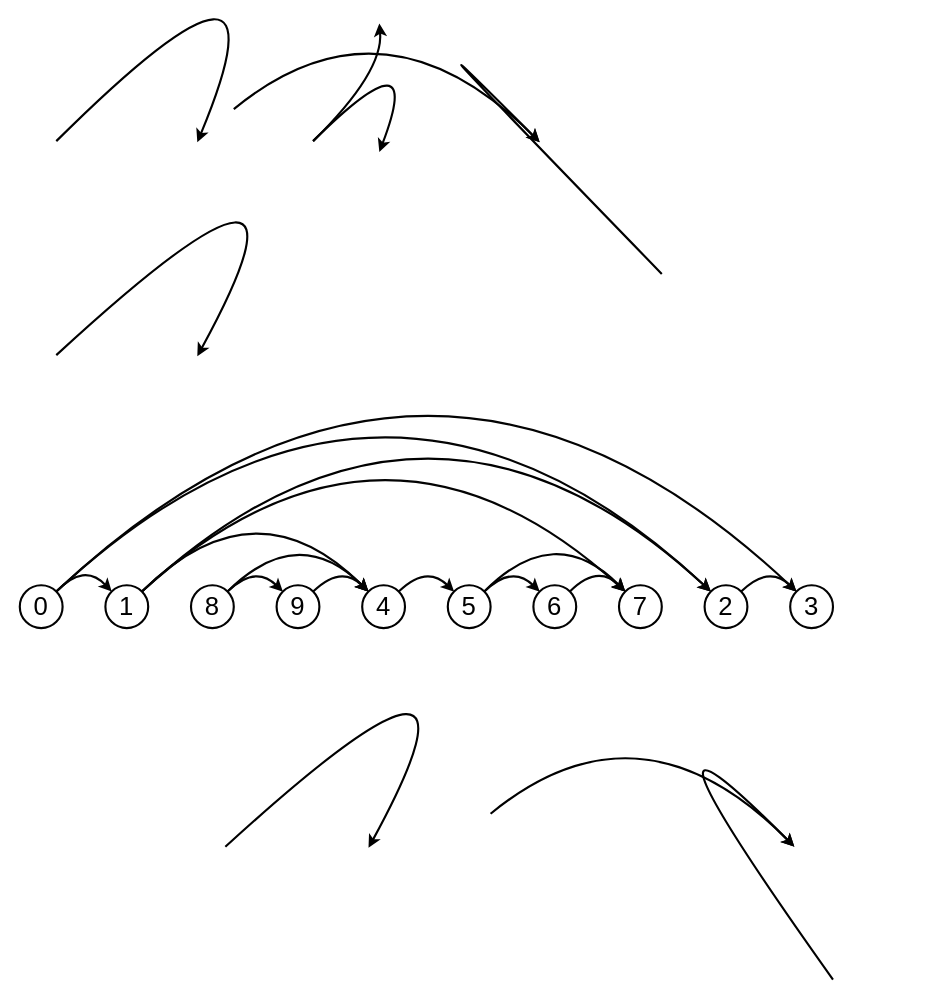
Earlier version of the draw.io diagram thesis/drawio/first_layout.drawio (IC-99/book-embeddings). Source tidied: cells renumbered, new cells numbered last; positions are measured from the earlier drawing's top-left corner, leaving out a move shared by most shapes. Both pictures are drawn from the tidied source at 107%, with x=0, y=0 at pixel (19, -100).
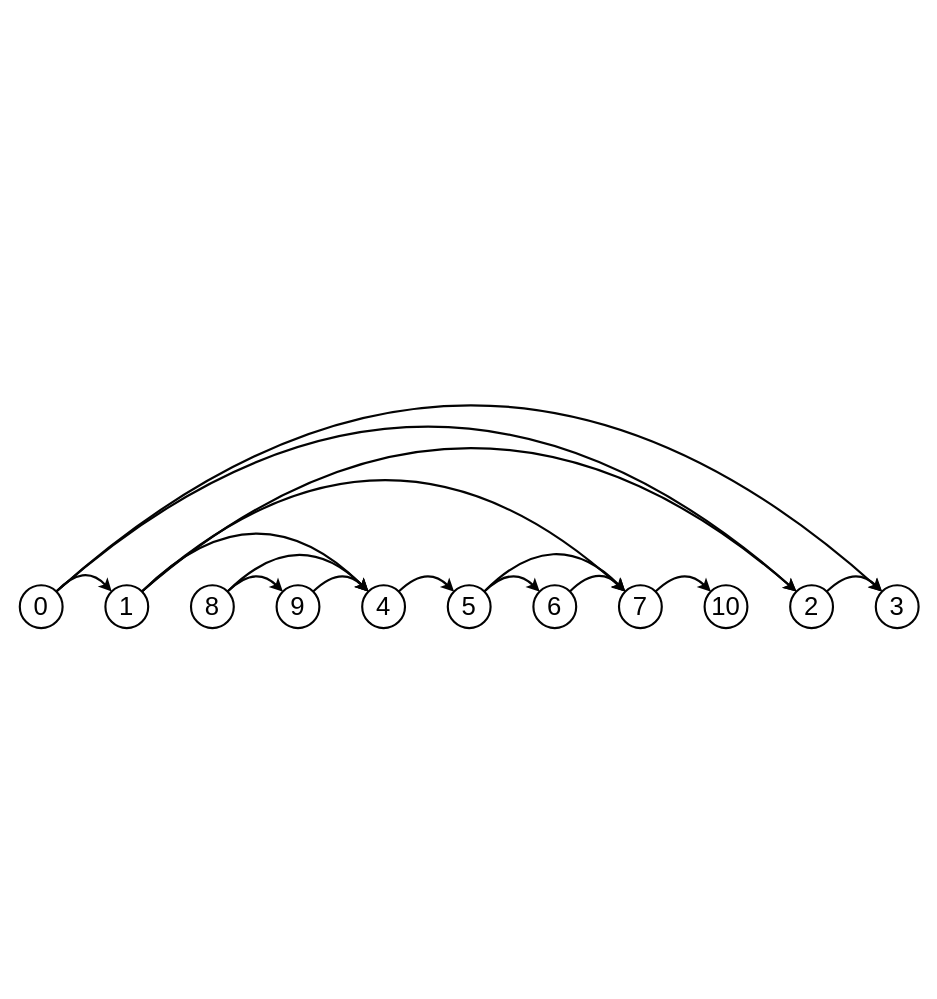
The same diagram, later.

Unchanged cells that the change refers to:
```xml
<mxCell id="7" value="&lt;font face=&quot;Helvetica&quot; style=&quot;font-size: 24px;&quot;&gt;0&lt;/font&gt;" style="ellipse;whiteSpace=wrap;html=1;strokeWidth=2;strokeColor=#030303;" parent="1" vertex="1">
  <mxGeometry y="639.5" width="40" height="40" as="geometry" />
</mxCell>
<mxCell id="12" value="&lt;font face=&quot;Helvetica&quot; style=&quot;font-size: 24px;&quot;&gt;1&lt;/font&gt;" style="ellipse;whiteSpace=wrap;html=1;strokeWidth=2;" parent="1" vertex="1">
  <mxGeometry x="80" y="639.5" width="40" height="40" as="geometry" />
</mxCell>
<mxCell id="15" value="&lt;font face=&quot;Helvetica&quot; style=&quot;font-size: 24px;&quot;&gt;7&lt;/font&gt;" style="ellipse;whiteSpace=wrap;html=1;strokeWidth=2;" parent="1" vertex="1">
  <mxGeometry x="560" y="639.5" width="40" height="40" as="geometry" />
</mxCell>
```

Diff of the diagram source:
```diff
@@
-    <mxCell id="2" style="curved=1;endArrow=classic;html=1;rounded=0;exitX=1;exitY=0;exitDx=0;exitDy=0;entryX=0;entryY=0;entryDx=0;entryDy=0;strokeWidth=2;" parent="1" edge="1">
-      <mxGeometry relative="1" as="geometry">
-        <mxPoint x="34.1" y="224.4" as="sourcePoint" />
-        <mxPoint x="165.9" y="225.4" as="targetPoint" />
-        <Array as="points">
-          <mxPoint x="260" />
-        </Array>
-      </mxGeometry>
-    </mxCell>
-    <mxCell id="3" style="curved=1;endArrow=classic;html=1;rounded=0;exitX=1;exitY=0;exitDx=0;exitDy=0;entryX=0;entryY=0;entryDx=0;entryDy=0;strokeWidth=2;" parent="1" edge="1">
-      <mxGeometry relative="1" as="geometry">
-        <mxPoint x="274.1" y="224.4" as="sourcePoint" />
-        <mxPoint x="336" y="114.5" as="targetPoint" />
-        <Array as="points">
-          <mxPoint x="340" y="159.5" />
-        </Array>
-      </mxGeometry>
-    </mxCell>
-    <mxCell id="4" style="curved=1;endArrow=classic;html=1;rounded=0;exitX=1;exitY=0;exitDx=0;exitDy=0;entryX=0;entryY=0;entryDx=0;entryDy=0;strokeWidth=2;" parent="1" edge="1">
-      <mxGeometry relative="1" as="geometry">
-        <mxPoint x="274.1" y="224.4" as="sourcePoint" />
-        <mxPoint x="336" y="234.5" as="targetPoint" />
-        <Array as="points">
-          <mxPoint x="380" y="119.5" />
-        </Array>
-      </mxGeometry>
-    </mxCell>
-    <mxCell id="5" style="curved=1;endArrow=classic;html=1;rounded=0;exitX=1;exitY=0;exitDx=0;exitDy=0;entryX=0;entryY=0;entryDx=0;entryDy=0;strokeWidth=2;" parent="1" edge="1">
-      <mxGeometry relative="1" as="geometry">
-        <mxPoint x="200" y="194.5" as="sourcePoint" />
-        <mxPoint x="485.9" y="225.4" as="targetPoint" />
-        <Array as="points">
-          <mxPoint x="340" y="79.5" />
-        </Array>
-      </mxGeometry>
-    </mxCell>
-    <mxCell id="6" style="curved=1;endArrow=classic;html=1;rounded=0;exitX=1;exitY=0;exitDx=0;exitDy=0;entryX=0;entryY=0;entryDx=0;entryDy=0;strokeWidth=2;" parent="1" edge="1">
-      <mxGeometry relative="1" as="geometry">
-        <mxPoint x="600" y="348.5" as="sourcePoint" />
-        <mxPoint x="485.9" y="225.4" as="targetPoint" />
-        <Array as="points">
-          <mxPoint x="300" y="39.5" />
-        </Array>
-      </mxGeometry>
-    </mxCell>
@@
     <mxCell id="8" value="&lt;font face=&quot;Helvetica&quot; style=&quot;font-size: 24px;&quot;&gt;3&lt;/font&gt;" style="ellipse;whiteSpace=wrap;html=1;strokeWidth=2;strokeColor=#030303;" parent="1" vertex="1">
-      <mxGeometry x="720" y="639.5" width="40" height="40" as="geometry" />
+      <mxGeometry x="800" y="639.5" width="40" height="40" as="geometry" />
     </mxCell>
-    <mxCell id="9" style="curved=1;endArrow=classic;html=1;rounded=0;exitX=1;exitY=0;exitDx=0;exitDy=0;entryX=0;entryY=0;entryDx=0;entryDy=0;strokeWidth=2;" parent="1" edge="1">
-      <mxGeometry relative="1" as="geometry">
-        <mxPoint x="34.1" y="424.4" as="sourcePoint" />
-        <mxPoint x="165.9" y="425.4" as="targetPoint" />
-        <Array as="points">
-          <mxPoint x="300" y="179.5" />
-        </Array>
-      </mxGeometry>
-    </mxCell>
@@
     <mxCell id="11" style="curved=1;endArrow=classic;html=1;rounded=0;exitX=1;exitY=0;exitDx=0;exitDy=0;entryX=0;entryY=0;entryDx=0;entryDy=0;strokeWidth=2;strokeColor=#030303;" parent="1" edge="1" source="7" target="8">
       <mxGeometry relative="1" as="geometry">
         <Array as="points">
-          <mxPoint x="380" y="320" />
+          <mxPoint x="420" y="300" />
         </Array>
       </mxGeometry>
     </mxCell>
@@
     <mxCell id="13" style="curved=1;endArrow=classic;html=1;rounded=0;exitX=1;exitY=0;exitDx=0;exitDy=0;entryX=0;entryY=0;entryDx=0;entryDy=0;strokeWidth=2;" parent="1" edge="1" source="12" target="16">
       <mxGeometry relative="1" as="geometry">
         <Array as="points">
-          <mxPoint x="380" y="399.5" />
+          <mxPoint x="420" y="380" />
         </Array>
       </mxGeometry>
     </mxCell>
@@
     <mxCell id="16" value="&lt;font face=&quot;Helvetica&quot; style=&quot;font-size: 24px;&quot;&gt;2&lt;/font&gt;" style="ellipse;whiteSpace=wrap;html=1;strokeWidth=2;" parent="1" vertex="1">
-      <mxGeometry x="640" y="639.5" width="40" height="40" as="geometry" />
+      <mxGeometry x="720" y="639.5" width="40" height="40" as="geometry" />
     </mxCell>
@@
     <mxCell id="24" style="curved=1;endArrow=classic;html=1;rounded=0;exitX=1;exitY=0;exitDx=0;exitDy=0;entryX=0;entryY=0;entryDx=0;entryDy=0;strokeWidth=2;strokeColor=#030303;" parent="1" edge="1" source="7" target="16">
       <mxGeometry relative="1" as="geometry">
         <Array as="points">
-          <mxPoint x="340" y="360" />
+          <mxPoint x="380" y="340" />
         </Array>
       </mxGeometry>
     </mxCell>
-    <mxCell id="25" style="curved=1;endArrow=classic;html=1;rounded=0;exitX=1;exitY=0;exitDx=0;exitDy=0;entryX=0;entryY=0;entryDx=0;entryDy=0;strokeWidth=2;" parent="1" edge="1">
-      <mxGeometry relative="1" as="geometry">
-        <mxPoint x="192.1" y="883.9" as="sourcePoint" />
-        <mxPoint x="325.9" y="884.9" as="targetPoint" />
-        <Array as="points">
-          <mxPoint x="460" y="639" />
-        </Array>
-      </mxGeometry>
-    </mxCell>
-    <mxCell id="26" style="curved=1;endArrow=classic;html=1;rounded=0;exitX=1;exitY=0;exitDx=0;exitDy=0;entryX=0;entryY=0;entryDx=0;entryDy=0;strokeWidth=2;" parent="1" edge="1">
-      <mxGeometry relative="1" as="geometry">
-        <mxPoint x="440" y="853" as="sourcePoint" />
-        <mxPoint x="723.9" y="883.9" as="targetPoint" />
-        <Array as="points">
-          <mxPoint x="580" y="738" />
-        </Array>
-      </mxGeometry>
-    </mxCell>
-    <mxCell id="27" style="curved=1;endArrow=classic;html=1;rounded=0;exitX=1;exitY=0;exitDx=0;exitDy=0;entryX=0;entryY=0;entryDx=0;entryDy=0;strokeWidth=2;" parent="1" edge="1">
-      <mxGeometry relative="1" as="geometry">
-        <mxPoint x="760" y="1008" as="sourcePoint" />
-        <mxPoint x="723.9" y="883.9" as="targetPoint" />
-        <Array as="points">
-          <mxPoint x="540" y="699" />
-        </Array>
-      </mxGeometry>
-    </mxCell>
@@
     <mxCell id="34" style="curved=1;endArrow=classic;html=1;rounded=0;exitX=1;exitY=0;exitDx=0;exitDy=0;entryX=0;entryY=0;entryDx=0;entryDy=0;strokeWidth=2;strokeColor=#030303;" parent="1" edge="1" source="16" target="8">
       <mxGeometry relative="1" as="geometry">
         <Array as="points">
-          <mxPoint x="700" y="620" />
+          <mxPoint x="780" y="620" />
         </Array>
       </mxGeometry>
     </mxCell>
+    <mxCell id="35" value="&lt;font face=&quot;Helvetica&quot; style=&quot;font-size: 24px;&quot;&gt;10&lt;/font&gt;" style="ellipse;whiteSpace=wrap;html=1;strokeWidth=2;" parent="1" vertex="1">
+      <mxGeometry x="640" y="639.5" width="40" height="40" as="geometry" />
+    </mxCell>
+    <mxCell id="36" style="curved=1;endArrow=classic;html=1;rounded=0;exitX=1;exitY=0;exitDx=0;exitDy=0;entryX=0;entryY=0;entryDx=0;entryDy=0;strokeWidth=2;strokeColor=#030303;" parent="1" edge="1" source="15" target="35">
+      <mxGeometry relative="1" as="geometry">
+        <Array as="points">
+          <mxPoint x="620" y="620" />
+        </Array>
+      </mxGeometry>
+    </mxCell>
```
